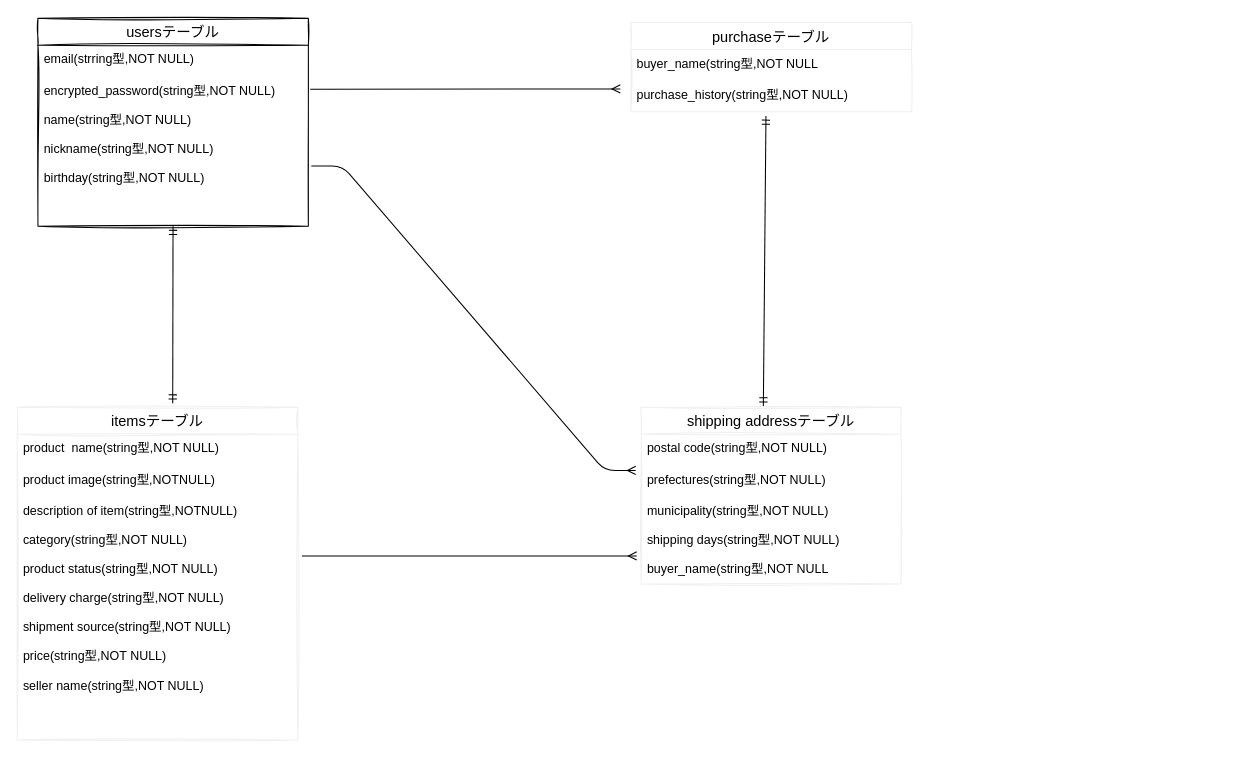
ittetu981/furima-35865 keeps this draw.io diagram as test.dio. Above is the earlier version. Source tidied: cells renumbered, new cells numbered last; positions are measured from the earlier drawing's top-left corner, leaving out a move shared by most shapes. Both pictures are drawn from the tidied source at 104%, with x=0, y=0 at pixel (17, 18).
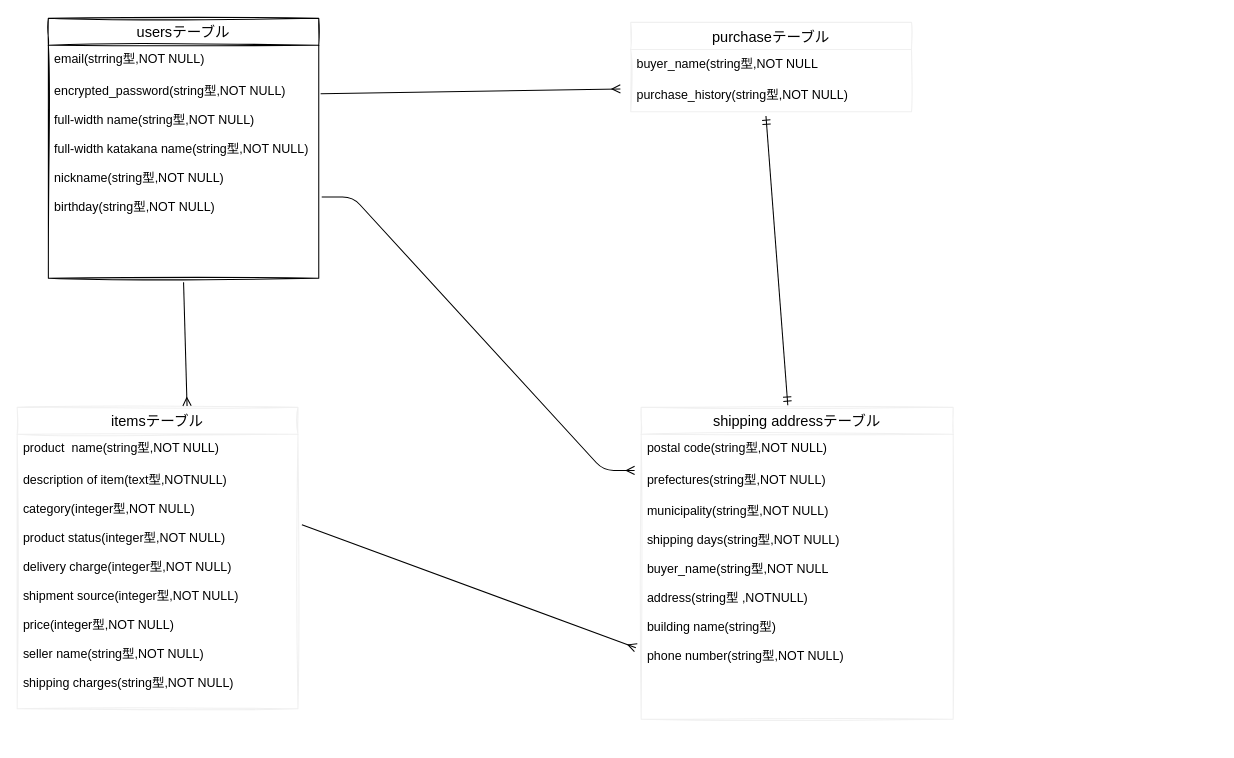
Above is the later version.

Commit message (it also covers changes not shown here):
データベース設計：追加修正２

Change to the diagram source:
```diff
@@
     <mxCell id="2" value="usersテーブル" style="swimlane;fontStyle=0;horizontal=1;startSize=26;align=center;fontSize=14;sketch=1;" parent="1" vertex="1">
-      <mxGeometry x="20" width="260" height="200" as="geometry" />
+      <mxGeometry x="30" width="260" height="250" as="geometry" />
     </mxCell>
@@
-    <mxCell id="4" value="encrypted_password(string型,NOT NULL)&#10;&#10;name(string型,NOT NULL)&#10;&#10;nickname(string型,NOT NULL)&#10;&#10;birthday(string型,NOT NULL)&#10;&#10;&#10;" style="text;strokeColor=none;fillColor=none;spacingLeft=4;spacingRight=4;overflow=hidden;points=[[0,0.5],[1,0.5]];portConstraint=eastwest;fontSize=12;" parent="2" vertex="1">
-      <mxGeometry y="56" width="260" height="144" as="geometry" />
+    <mxCell id="4" value="encrypted_password(string型,NOT NULL)&#10;&#10;full-width name(string型,NOT NULL)&#10;&#10;full-width katakana name(string型,NOT NULL)&#10;&#10;nickname(string型,NOT NULL)&#10;&#10;birthday(string型,NOT NULL)&#10;&#10;&#10;&#10;&#10;" style="text;strokeColor=none;fillColor=none;spacingLeft=4;spacingRight=4;overflow=hidden;points=[[0,0.5],[1,0.5]];portConstraint=eastwest;fontSize=12;" parent="2" vertex="1">
+      <mxGeometry y="56" width="260" height="194" as="geometry" />
     </mxCell>
@@
     <mxCell id="6" value="itemsテーブル" style="swimlane;fontStyle=0;horizontal=1;startSize=26;align=center;fontSize=14;sketch=1;strokeColor=#f0f0f0;" parent="1" vertex="1">
-      <mxGeometry y="374" width="270" height="320" as="geometry" />
+      <mxGeometry y="374" width="270" height="290" as="geometry" />
     </mxCell>
@@
-    <mxCell id="8" value="product image(string型,NOTNULL) " style="text;strokeColor=none;fillColor=none;spacingLeft=4;spacingRight=4;overflow=hidden;fontSize=12;" parent="6" vertex="1">
-      <mxGeometry y="56" width="270" height="30" as="geometry" />
-    </mxCell>
-    <mxCell id="9" value="description of item(string型,NOTNULL)&#10;&#10;category(string型,NOT NULL)&#10;&#10;product status(string型,NOT NULL)&#10;&#10;delivery charge(string型,NOT NULL)&#10;&#10;shipment source(string型,NOT NULL)&#10;&#10;price(string型,NOT NULL)&#10;&#10;seller name(string型,NOT NULL)&#10;&#10;" style="text;strokeColor=none;fillColor=none;spacingLeft=4;spacingRight=4;overflow=hidden;points=[[0,0.5],[1,0.5]];portConstraint=eastwest;fontSize=12;" parent="6" vertex="1">
-      <mxGeometry y="86" width="270" height="234" as="geometry" />
+    <mxCell id="9" value="description of item(text型,NOTNULL)&#10;&#10;category(integer型,NOT NULL)&#10;&#10;product status(integer型,NOT NULL)&#10;&#10;delivery charge(integer型,NOT NULL)&#10;&#10;shipment source(integer型,NOT NULL)&#10;&#10;price(integer型,NOT NULL)&#10;&#10;seller name(string型,NOT NULL)&#10;&#10;shipping charges(string型,NOT NULL)" style="text;strokeColor=none;fillColor=none;spacingLeft=4;spacingRight=4;overflow=hidden;points=[[0,0.5],[1,0.5]];portConstraint=eastwest;fontSize=12;" parent="6" vertex="1">
+      <mxGeometry y="56" width="270" height="234" as="geometry" />
     </mxCell>
@@
     <mxCell id="13" value="shipping addressテーブル" style="swimlane;fontStyle=0;horizontal=1;startSize=26;align=center;fontSize=14;sketch=1;strokeColor=#f0f0f0;" parent="1" vertex="1">
-      <mxGeometry x="600" y="374" width="250" height="170" as="geometry" />
+      <mxGeometry x="600" y="374" width="300" height="300" as="geometry" />
     </mxCell>
     <mxCell id="14" value="postal code(string型,NOT NULL)" style="text;strokeColor=none;fillColor=none;spacingLeft=4;spacingRight=4;overflow=hidden;fontSize=12;" parent="13" vertex="1">
-      <mxGeometry y="26" width="250" height="30" as="geometry" />
+      <mxGeometry y="26" width="300" height="30" as="geometry" />
     </mxCell>
     <mxCell id="15" value="prefectures(string型,NOT NULL)" style="text;strokeColor=none;fillColor=none;spacingLeft=4;spacingRight=4;overflow=hidden;points=[[0,0.5],[1,0.5]];portConstraint=eastwest;fontSize=12;" parent="13" vertex="1">
-      <mxGeometry y="56" width="250" height="30" as="geometry" />
+      <mxGeometry y="56" width="300" height="30" as="geometry" />
     </mxCell>
-    <mxCell id="16" value="municipality(string型,NOT NULL)&#10;&#10;shipping days(string型,NOT NULL)&#10;&#10;buyer_name(string型,NOT NULL&#10;&#10;" style="text;strokeColor=none;fillColor=none;spacingLeft=4;spacingRight=4;overflow=hidden;points=[[0,0.5],[1,0.5]];portConstraint=eastwest;fontSize=12;" parent="13" vertex="1">
-      <mxGeometry y="86" width="250" height="84" as="geometry" />
+    <mxCell id="16" value="municipality(string型,NOT NULL)&#10;&#10;shipping days(string型,NOT NULL)&#10;&#10;buyer_name(string型,NOT NULL&#10;&#10;address(string型 ,NOTNULL)&#10;&#10;building name(string型)&#10;&#10;phone number(string型,NOT NULL)" style="text;strokeColor=none;fillColor=none;spacingLeft=4;spacingRight=4;overflow=hidden;points=[[0,0.5],[1,0.5]];portConstraint=eastwest;fontSize=12;" parent="13" vertex="1">
+      <mxGeometry y="86" width="300" height="214" as="geometry" />
     </mxCell>
@@
-    <mxCell id="21" style="fontSize=12;html=1;endArrow=ERmandOne;startArrow=ERmandOne;targetPerimeterSpacing=0;exitX=0.554;exitY=-0.012;exitDx=0;exitDy=0;exitPerimeter=0;" parent="1" edge="1" source="6" target="4">
-      <mxGeometry relative="1" as="geometry" />
-    </mxCell>
+    <mxCell id="22" style="fontSize=12;html=1;endArrow=ERmany;targetPerimeterSpacing=0;entryX=0.605;entryY=-0.004;entryDx=0;entryDy=0;entryPerimeter=0;" parent="1" edge="1" target="6">
+      <mxGeometry relative="1" as="geometry">
+        <mxPoint x="160" y="254" as="sourcePoint" />
+      </mxGeometry>
+    </mxCell>
```
